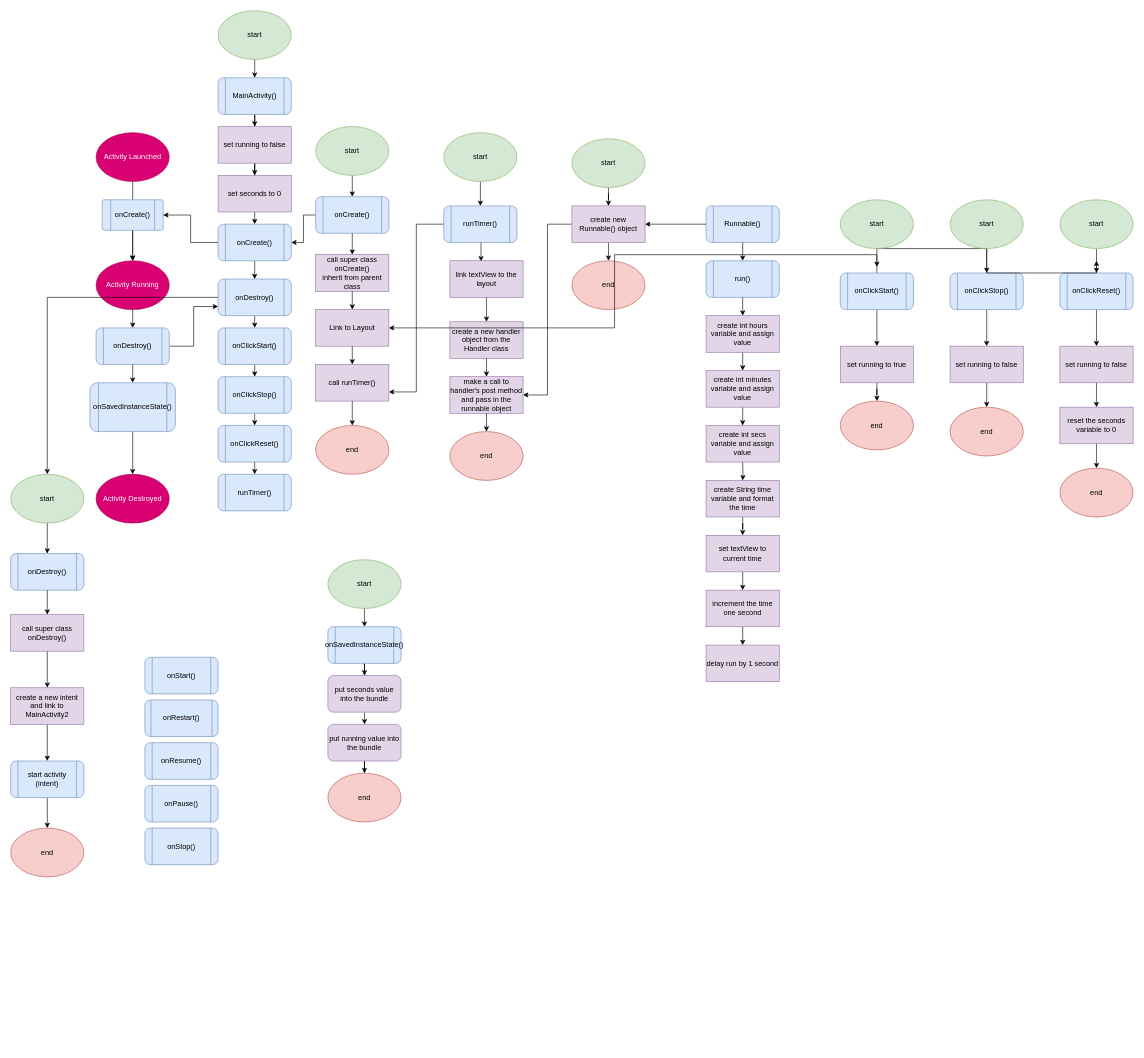
The draw.io diagram activity lifecycle.drawio in LydiaPorter/AppDev, before the edit. Source tidied: cells renumbered, new cells numbered last; positions are measured from the earlier drawing's top-left corner, leaving out a move shared by most shapes. Both pictures are drawn from the tidied source at 61%, with x=0, y=0 at pixel (10, 10).
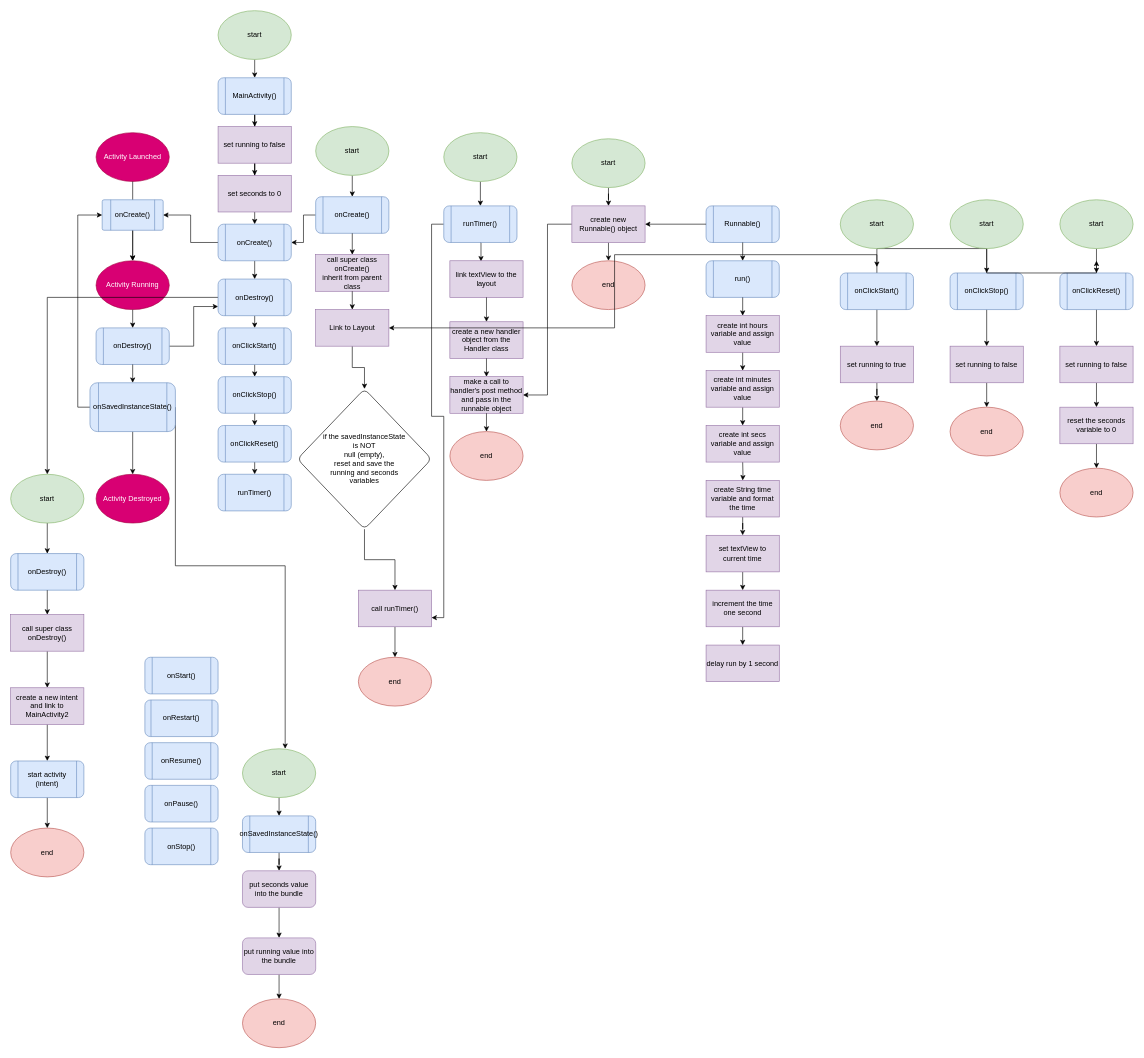
The same page after the edit.

The change refers to these unchanged cells:
```xml
<mxCell id="8" value="onCreate()" style="verticalLabelPosition=middle;verticalAlign=middle;html=1;shape=process;whiteSpace=wrap;rounded=1;size=0.14;arcSize=6;labelPosition=center;align=center;fillColor=#dae8fc;strokeColor=#6c8ebf;" parent="1" vertex="1">
  <mxGeometry x="150" y="310" width="100" height="50" as="geometry" />
</mxCell>
<mxCell id="14" value="Link to Layout" style="rounded=0;whiteSpace=wrap;html=1;fillColor=#e1d5e7;strokeColor=#9673a6;" parent="1" vertex="1">
  <mxGeometry x="500" y="490" width="120" height="60" as="geometry" />
</mxCell>
<mxCell id="122" value="onSavedInstanceState()" style="shape=process;whiteSpace=wrap;html=1;backgroundOutline=1;rounded=1;fillColor=#dae8fc;strokeColor=#6c8ebf;" parent="1" vertex="1">
  <mxGeometry x="130" y="610" width="140" height="80" as="geometry" />
</mxCell>
```

Change to the diagram source:
```diff
@@
+    <mxCell id="133" style="edgeStyle=orthogonalEdgeStyle;rounded=0;jettySize=auto;html=1;exitX=0.5;exitY=1;exitDx=0;exitDy=0;entryX=0.5;entryY=0;entryDx=0;entryDy=0;" parent="1" edge="1" source="14" target="137">
+      <mxGeometry relative="1" as="geometry" />
+    </mxCell>
@@
+    <mxCell id="20" style="edgeStyle=orthogonalEdgeStyle;rounded=0;jettySize=auto;html=1;exitX=0.5;exitY=1;exitDx=0;exitDy=0;" parent="1" edge="1" source="17" target="19">
+      <mxGeometry relative="1" as="geometry" />
+    </mxCell>
     <mxCell id="17" value="call runTimer()" style="rounded=0;whiteSpace=wrap;html=1;fillColor=#e1d5e7;strokeColor=#9673a6;" parent="1" vertex="1">
-      <mxGeometry x="500" y="580" width="120" height="60" as="geometry" />
+      <mxGeometry x="570" y="950" width="120" height="60" as="geometry" />
     </mxCell>
-    <mxCell id="18" style="endArrow=classic;html=1;entryX=0.5;entryY=0;entryDx=0;entryDy=0;exitX=0.5;exitY=1;exitDx=0;exitDy=0;" parent="1" edge="1" source="14" target="17">
-      <mxGeometry relative="1" as="geometry" />
-    </mxCell>
     <mxCell id="19" value="end" style="ellipse;whiteSpace=wrap;html=1;rounded=1;fillColor=#f8cecc;strokeColor=#b85450;" parent="1" vertex="1">
-      <mxGeometry x="500" y="680" width="120" height="80" as="geometry" />
+      <mxGeometry x="570" y="1060" width="120" height="80" as="geometry" />
     </mxCell>
-    <mxCell id="20" style="endArrow=classic;html=1;entryX=0.5;entryY=0;entryDx=0;entryDy=0;exitX=0.5;exitY=1;exitDx=0;exitDy=0;" parent="1" edge="1" source="17" target="19">
-      <mxGeometry relative="1" as="geometry">
-        <Array as="points">
-          <mxPoint x="560" y="670" />
-        </Array>
-      </mxGeometry>
-    </mxCell>
@@
+    <mxCell id="134" style="edgeStyle=orthogonalEdgeStyle;rounded=0;jettySize=auto;html=1;exitX=0;exitY=0.5;exitDx=0;exitDy=0;entryX=0;entryY=0.5;entryDx=0;entryDy=0;" parent="1" edge="1" source="122" target="8">
+      <mxGeometry relative="1" as="geometry" />
+    </mxCell>
+    <mxCell id="135" style="edgeStyle=orthogonalEdgeStyle;rounded=0;jettySize=auto;html=1;exitX=1;exitY=0.5;exitDx=0;exitDy=0;entryX=0.583;entryY=0;entryDx=0;entryDy=0;entryPerimeter=0;" parent="1" edge="1" source="122" target="125">
+      <mxGeometry relative="1" as="geometry">
+        <Array as="points">
+          <mxPoint x="270" y="910" />
+          <mxPoint x="450" y="910" />
+          <mxPoint x="450" y="1200" />
+        </Array>
+      </mxGeometry>
+    </mxCell>
@@
     <mxCell id="125" value="start" style="ellipse;whiteSpace=wrap;html=1;rounded=1;fillColor=#d5e8d4;strokeColor=#82b366;" parent="1" vertex="1">
-      <mxGeometry x="520" y="900" width="120" height="80" as="geometry" />
+      <mxGeometry x="380" y="1210" width="120" height="80" as="geometry" />
     </mxCell>
@@
     <mxCell id="127" value="onSavedInstanceState()" style="shape=process;whiteSpace=wrap;html=1;backgroundOutline=1;rounded=1;fillColor=#dae8fc;strokeColor=#6c8ebf;" parent="1" vertex="1">
-      <mxGeometry x="520" y="1010" width="120" height="60" as="geometry" />
+      <mxGeometry x="380" y="1320" width="120" height="60" as="geometry" />
     </mxCell>
@@
     <mxCell id="129" value="put seconds value into the bundle" style="rounded=1;whiteSpace=wrap;html=1;fillColor=#e1d5e7;strokeColor=#9673a6;" parent="1" vertex="1">
-      <mxGeometry x="520" y="1090" width="120" height="60" as="geometry" />
+      <mxGeometry x="380" y="1410" width="120" height="60" as="geometry" />
     </mxCell>
@@
     <mxCell id="131" value="put running value into the bundle" style="rounded=1;whiteSpace=wrap;html=1;fillColor=#e1d5e7;strokeColor=#9673a6;" parent="1" vertex="1">
-      <mxGeometry x="520" y="1170" width="120" height="60" as="geometry" />
+      <mxGeometry x="380" y="1520" width="120" height="60" as="geometry" />
     </mxCell>
     <mxCell id="132" value="end" style="ellipse;whiteSpace=wrap;html=1;rounded=1;fillColor=#f8cecc;strokeColor=#b85450;" parent="1" vertex="1">
-      <mxGeometry x="520" y="1250" width="120" height="80" as="geometry" />
+      <mxGeometry x="380" y="1620" width="120" height="80" as="geometry" />
     </mxCell>
+    <mxCell id="136" style="edgeStyle=orthogonalEdgeStyle;rounded=0;jettySize=auto;html=1;exitX=0.5;exitY=1;exitDx=0;exitDy=0;" parent="1" edge="1" source="137" target="17">
+      <mxGeometry relative="1" as="geometry" />
+    </mxCell>
+    <mxCell id="137" value="if the savedInstanceState &lt;br&gt;is NOT &lt;br&gt;null (empty), &lt;br&gt;reset and save the &lt;br&gt;running and seconds &lt;br&gt;variables" style="rhombus;whiteSpace=wrap;html=1;rounded=1;" parent="1" vertex="1">
+      <mxGeometry x="470" y="620" width="220" height="230" as="geometry" />
+    </mxCell>
```
